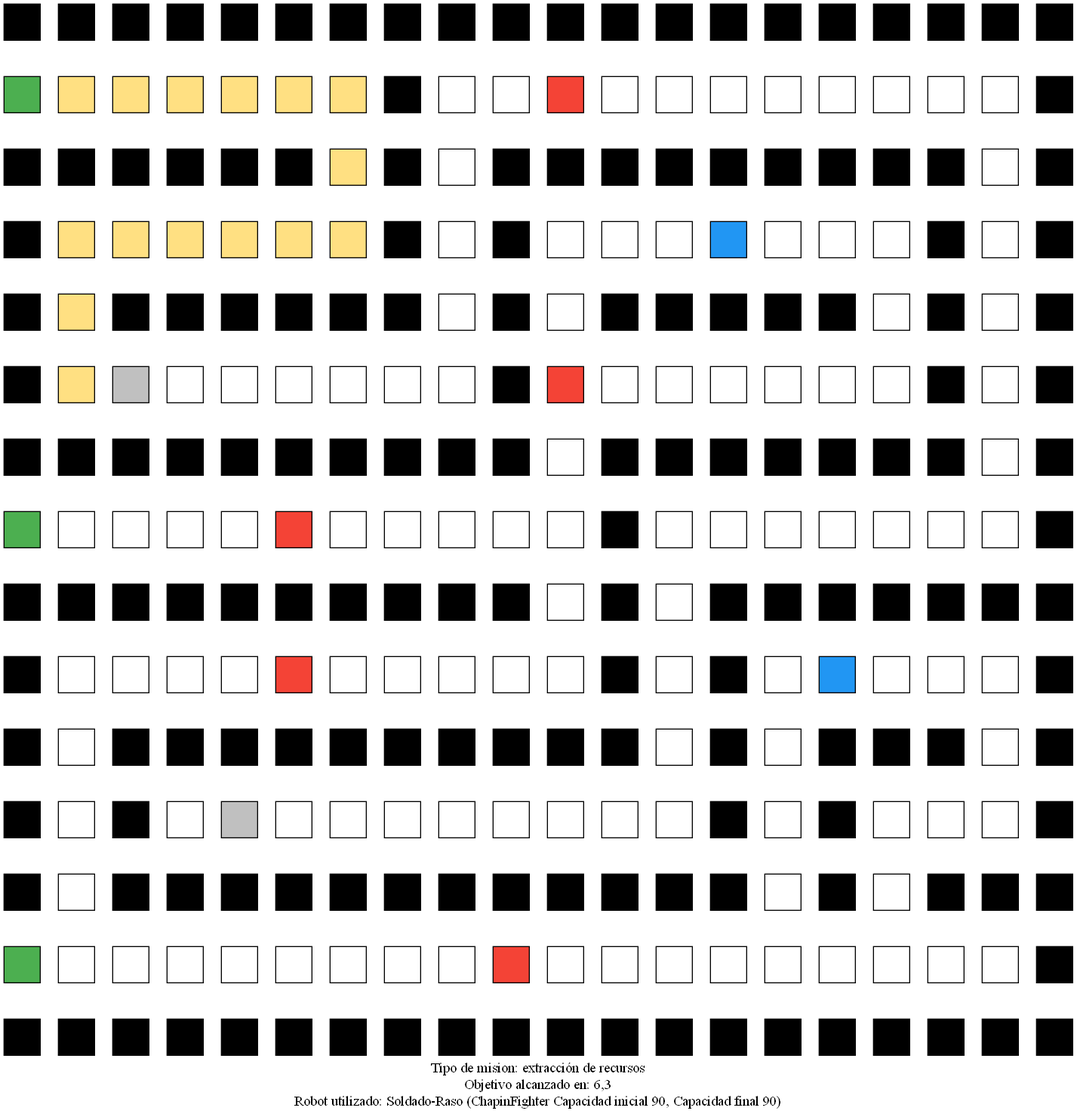
rafita75/IPC2_Proy01_202602_202501037 keeps this Graphviz diagram as Proyecto1/bin/Debug/net8.0/mapa.png. Above is the earlier version. Its source is kept beside it as Proyecto1/bin/Debug/net8.0/mapa.dot.
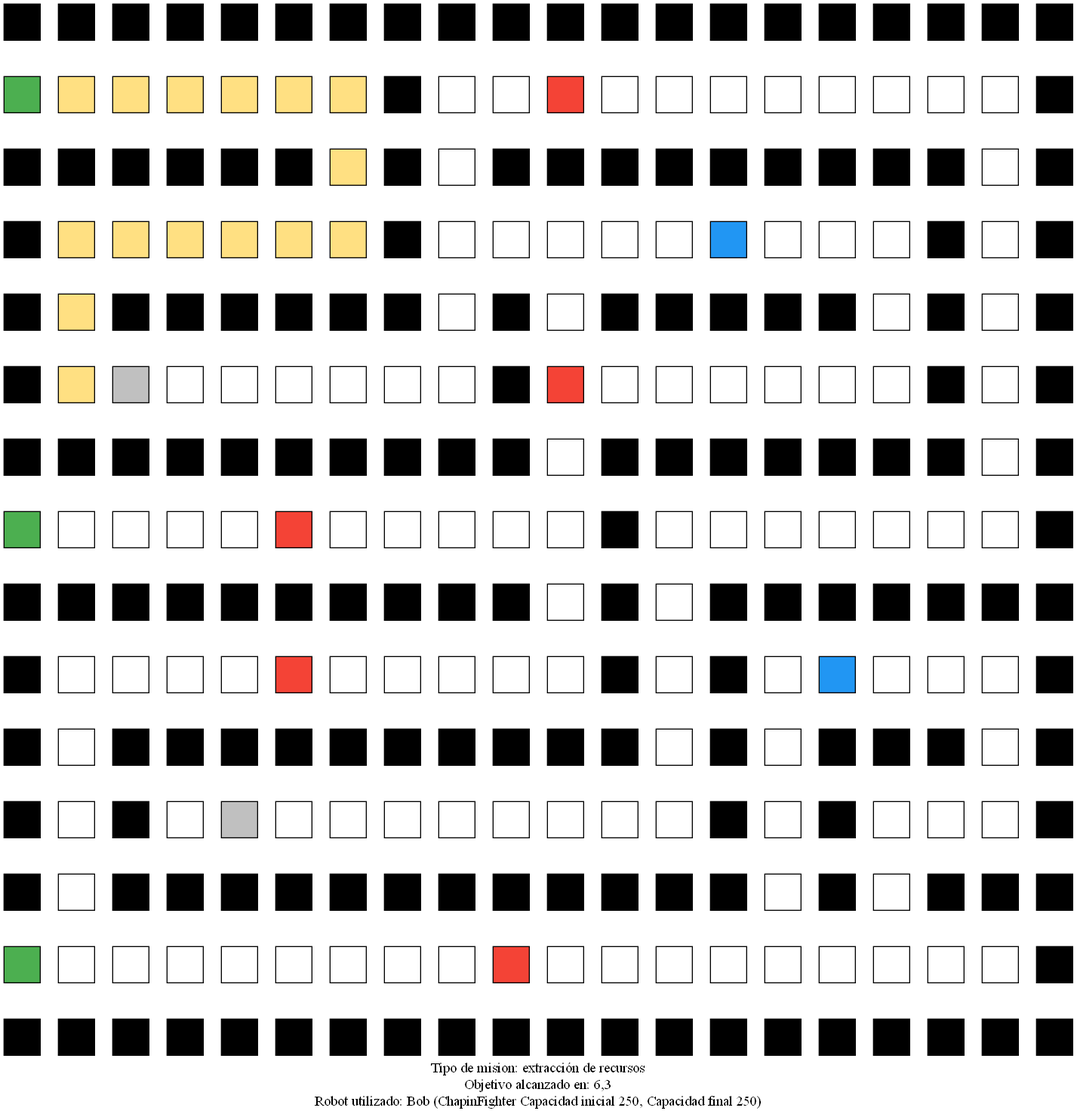
Above is the later version.

The edit, as a diff of the source:
```diff
@@ -7,7 +7,7 @@
   { rank=same; nodo_1_1 [fillcolor="black", label=""]; nodo_1_2 [fillcolor="black", label=""]; nodo_1_3 [fillcolor="black", label=""]; nodo_1_4 [fillcolor="black", label=""]; nodo_1_5 [fillcolor="black", label=""]; nodo_1_6 [fillcolor="black", label=""]; nodo_1_7 [fillcolor="black", label=""]; nodo_1_8 [fillcolor="black", label=""]; nodo_1_9 [fillcolor="black", label=""]; nodo_1_10 [fillcolor="black", label=""]; nodo_1_11 [fillcolor="black", label=""]; nodo_1_12 [fillcolor="black", label=""]; nodo_1_13 [fillcolor="black", label=""]; nodo_1_14 [fillcolor="black", label=""]; nodo_1_15 [fillcolor="black", label=""]; nodo_1_16 [fillcolor="black", label=""]; nodo_1_17 [fillcolor="black", label=""]; nodo_1_18 [fillcolor="black", label=""]; nodo_1_19 [fillcolor="black", label=""]; nodo_1_20 [fillcolor="black", label=""]; }
   { rank=same; nodo_2_1 [fillcolor="#4CAF50", label=""]; nodo_2_2 [fillcolor="#FFE082", label=""]; nodo_2_3 [fillcolor="#FFE082", label=""]; nodo_2_4 [fillcolor="#FFE082", label=""]; nodo_2_5 [fillcolor="#FFE082", label=""]; nodo_2_6 [fillcolor="#FFE082", label=""]; nodo_2_7 [fillcolor="#FFE082", label=""]; nodo_2_8 [fillcolor="black", label=""]; nodo_2_9 [fillcolor="white", label=""]; nodo_2_10 [fillcolor="white", label=""]; nodo_2_11 [fillcolor="#F44336", label=""]; nodo_2_12 [fillcolor="white", label=""]; nodo_2_13 [fillcolor="white", label=""]; nodo_2_14 [fillcolor="white", label=""]; nodo_2_15 [fillcolor="white", label=""]; nodo_2_16 [fillcolor="white", label=""]; nodo_2_17 [fillcolor="white", label=""]; nodo_2_18 [fillcolor="white", label=""]; nodo_2_19 [fillcolor="white", label=""]; nodo_2_20 [fillcolor="black", label=""]; }
   { rank=same; nodo_3_1 [fillcolor="black", label=""]; nodo_3_2 [fillcolor="black", label=""]; nodo_3_3 [fillcolor="black", label=""]; nodo_3_4 [fillcolor="black", label=""]; nodo_3_5 [fillcolor="black", label=""]; nodo_3_6 [fillcolor="black", label=""]; nodo_3_7 [fillcolor="#FFE082", label=""]; nodo_3_8 [fillcolor="black", label=""]; nodo_3_9 [fillcolor="white", label=""]; nodo_3_10 [fillcolor="black", label=""]; nodo_3_11 [fillcolor="black", label=""]; nodo_3_12 [fillcolor="black", label=""]; nodo_3_13 [fillcolor="black", label=""]; nodo_3_14 [fillcolor="black", label=""]; nodo_3_15 [fillcolor="black", label=""]; nodo_3_16 [fillcolor="black", label=""]; nodo_3_17 [fillcolor="black", label=""]; nodo_3_18 [fillcolor="black", label=""]; nodo_3_19 [fillcolor="white", label=""]; nodo_3_20 [fillcolor="black", label=""]; }
-  { rank=same; nodo_4_1 [fillcolor="black", label=""]; nodo_4_2 [fillcolor="#FFE082", label=""]; nodo_4_3 [fillcolor="#FFE082", label=""]; nodo_4_4 [fillcolor="#FFE082", label=""]; nodo_4_5 [fillcolor="#FFE082", label=""]; nodo_4_6 [fillcolor="#FFE082", label=""]; nodo_4_7 [fillcolor="#FFE082", label=""]; nodo_4_8 [fillcolor="black", label=""]; nodo_4_9 [fillcolor="white", label=""]; nodo_4_10 [fillcolor="black", label=""]; nodo_4_11 [fillcolor="white", label=""]; nodo_4_12 [fillcolor="white", label=""]; nodo_4_13 [fillcolor="white", label=""]; nodo_4_14 [fillcolor="#2196F3", label=""]; nodo_4_15 [fillcolor="white", label=""]; nodo_4_16 [fillcolor="white", label=""]; nodo_4_17 [fillcolor="white", label=""]; nodo_4_18 [fillcolor="black", label=""]; nodo_4_19 [fillcolor="white", label=""]; nodo_4_20 [fillcolor="black", label=""]; }
+  { rank=same; nodo_4_1 [fillcolor="black", label=""]; nodo_4_2 [fillcolor="#FFE082", label=""]; nodo_4_3 [fillcolor="#FFE082", label=""]; nodo_4_4 [fillcolor="#FFE082", label=""]; nodo_4_5 [fillcolor="#FFE082", label=""]; nodo_4_6 [fillcolor="#FFE082", label=""]; nodo_4_7 [fillcolor="#FFE082", label=""]; nodo_4_8 [fillcolor="black", label=""]; nodo_4_9 [fillcolor="white", label=""]; nodo_4_10 [fillcolor="white", label=""]; nodo_4_11 [fillcolor="white", label=""]; nodo_4_12 [fillcolor="white", label=""]; nodo_4_13 [fillcolor="white", label=""]; nodo_4_14 [fillcolor="#2196F3", label=""]; nodo_4_15 [fillcolor="white", label=""]; nodo_4_16 [fillcolor="white", label=""]; nodo_4_17 [fillcolor="white", label=""]; nodo_4_18 [fillcolor="black", label=""]; nodo_4_19 [fillcolor="white", label=""]; nodo_4_20 [fillcolor="black", label=""]; }
   { rank=same; nodo_5_1 [fillcolor="black", label=""]; nodo_5_2 [fillcolor="#FFE082", label=""]; nodo_5_3 [fillcolor="black", label=""]; nodo_5_4 [fillcolor="black", label=""]; nodo_5_5 [fillcolor="black", label=""]; nodo_5_6 [fillcolor="black", label=""]; nodo_5_7 [fillcolor="black", label=""]; nodo_5_8 [fillcolor="black", label=""]; nodo_5_9 [fillcolor="white", label=""]; nodo_5_10 [fillcolor="black", label=""]; nodo_5_11 [fillcolor="white", label=""]; nodo_5_12 [fillcolor="black", label=""]; nodo_5_13 [fillcolor="black", label=""]; nodo_5_14 [fillcolor="black", label=""]; nodo_5_15 [fillcolor="black", label=""]; nodo_5_16 [fillcolor="black", label=""]; nodo_5_17 [fillcolor="white", label=""]; nodo_5_18 [fillcolor="black", label=""]; nodo_5_19 [fillcolor="white", label=""]; nodo_5_20 [fillcolor="black", label=""]; }
   { rank=same; nodo_6_1 [fillcolor="black", label=""]; nodo_6_2 [fillcolor="#FFE082", label=""]; nodo_6_3 [fillcolor="gray", label=""]; nodo_6_4 [fillcolor="white", label=""]; nodo_6_5 [fillcolor="white", label=""]; nodo_6_6 [fillcolor="white", label=""]; nodo_6_7 [fillcolor="white", label=""]; nodo_6_8 [fillcolor="white", label=""]; nodo_6_9 [fillcolor="white", label=""]; nodo_6_10 [fillcolor="black", label=""]; nodo_6_11 [fillcolor="#F44336", label=""]; nodo_6_12 [fillcolor="white", label=""]; nodo_6_13 [fillcolor="white", label=""]; nodo_6_14 [fillcolor="white", label=""]; nodo_6_15 [fillcolor="white", label=""]; nodo_6_16 [fillcolor="white", label=""]; nodo_6_17 [fillcolor="white", label=""]; nodo_6_18 [fillcolor="black", label=""]; nodo_6_19 [fillcolor="white", label=""]; nodo_6_20 [fillcolor="black", label=""]; }
   { rank=same; nodo_7_1 [fillcolor="black", label=""]; nodo_7_2 [fillcolor="black", label=""]; nodo_7_3 [fillcolor="black", label=""]; nodo_7_4 [fillcolor="black", label=""]; nodo_7_5 [fillcolor="black", label=""]; nodo_7_6 [fillcolor="black", label=""]; nodo_7_7 [fillcolor="black", label=""]; nodo_7_8 [fillcolor="black", label=""]; nodo_7_9 [fillcolor="black", label=""]; nodo_7_10 [fillcolor="black", label=""]; nodo_7_11 [fillcolor="white", label=""]; nodo_7_12 [fillcolor="black", label=""]; nodo_7_13 [fillcolor="black", label=""]; nodo_7_14 [fillcolor="black", label=""]; nodo_7_15 [fillcolor="black", label=""]; nodo_7_16 [fillcolor="black", label=""]; nodo_7_17 [fillcolor="black", label=""]; nodo_7_18 [fillcolor="black", label=""]; nodo_7_19 [fillcolor="white", label=""]; nodo_7_20 [fillcolor="black", label=""]; }
@@ -585,5 +585,5 @@
   nodo_15_18 -> nodo_15_19;
   nodo_15_19 -> nodo_15_20;
   labelloc="b";
-  label="Tipo de mision: extracción de recursos\nObjetivo alcanzado en: 6,3\nRobot utilizado: Soldado-Raso (ChapinFighter Capacidad inicial 90, Capacidad final 90)";
+  label="Tipo de mision: extracción de recursos\nObjetivo alcanzado en: 6,3\nRobot utilizado: Bob (ChapinFighter Capacidad inicial 250, Capacidad final 250)";
 }
```
